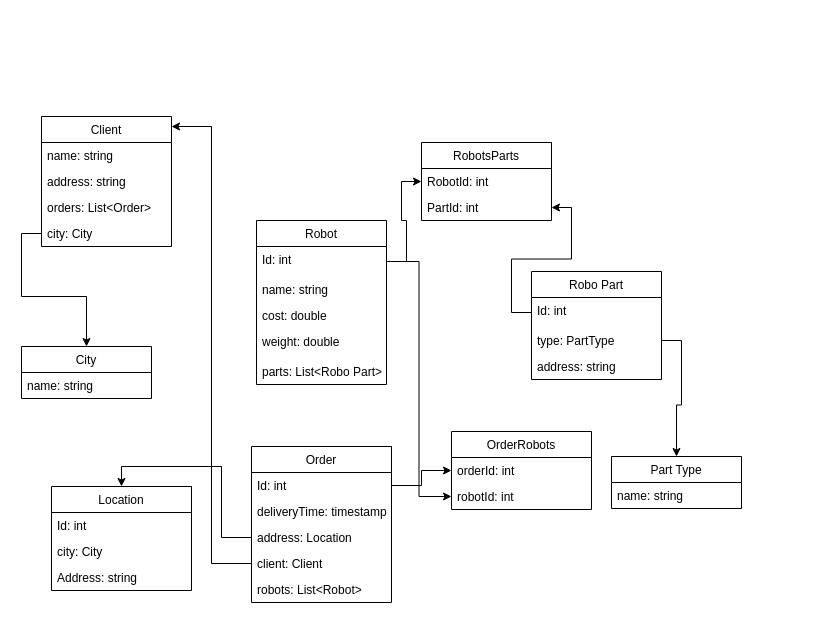
Bl4ck-C4t/Robot-factory keeps this draw.io diagram as Entity Diagram.drawio. Above is the earlier version. Source tidied: cells renumbered, new cells numbered last; positions are measured from the earlier drawing's top-left corner, leaving out a move shared by most shapes. Both pictures are drawn from the tidied source at 100%, with x=0, y=0 at pixel (21, 116).
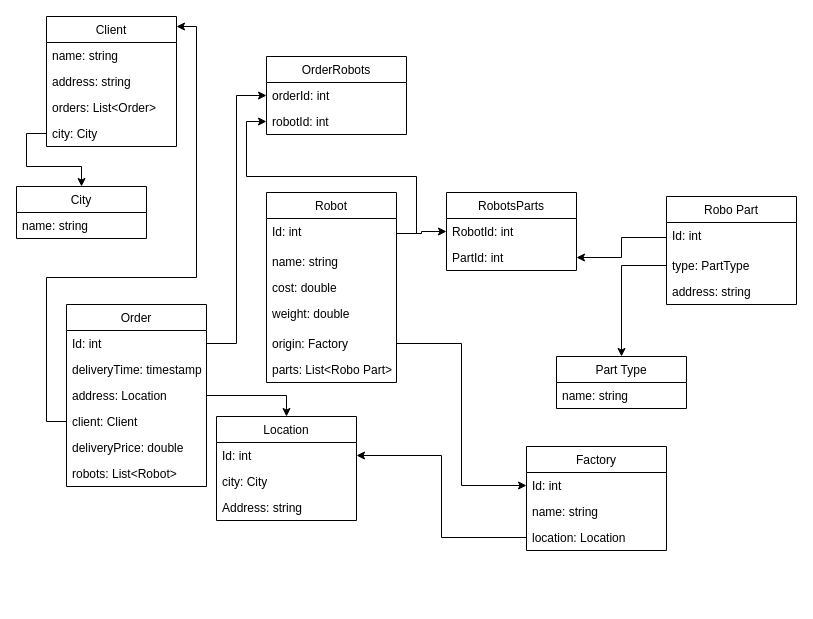
The same page after the edit.

Commit message:
Rearranged and added new elements to diagram

The change refers to these unchanged cells:
```xml
<mxCell id="28" value="Id: int" style="text;strokeColor=none;fillColor=none;align=left;verticalAlign=top;spacingLeft=4;spacingRight=4;overflow=hidden;points=[[0,0.5],[1,0.5]];portConstraint=eastwest;" parent="27" vertex="1">
  <mxGeometry y="26" width="140" height="26" as="geometry" />
</mxCell>
```

The edit, as a diff of the source:
```diff
@@
     <mxCell id="2" value="Robo Part" style="swimlane;fontStyle=0;horizontal=1;startSize=26;fillColor=none;" parent="1" vertex="1">
-      <mxGeometry x="510" y="155" width="130" height="108" as="geometry" />
+      <mxGeometry x="645" y="80" width="130" height="108" as="geometry" />
     </mxCell>
@@
     <mxCell id="6" value="Robot" style="swimlane;fontStyle=0;horizontal=1;startSize=26;fillColor=none;" parent="1" vertex="1">
-      <mxGeometry x="235" y="104" width="130" height="164" as="geometry" />
+      <mxGeometry x="245" y="76" width="130" height="190" as="geometry" />
     </mxCell>
@@
+    <mxCell id="45" value="origin: Factory" style="text;strokeColor=none;fillColor=none;align=left;verticalAlign=top;spacingLeft=4;spacingRight=4;overflow=hidden;points=[[0,0.5],[1,0.5]];portConstraint=eastwest;" parent="6" vertex="1">
+      <mxGeometry y="138" width="130" height="26" as="geometry" />
+    </mxCell>
     <mxCell id="11" value="parts: List&lt;Robo Part&gt;" style="text;strokeColor=none;fillColor=none;align=left;verticalAlign=top;spacingLeft=4;spacingRight=4;overflow=hidden;" parent="6" vertex="1">
-      <mxGeometry y="138" width="130" height="26" as="geometry" />
+      <mxGeometry y="164" width="130" height="26" as="geometry" />
     </mxCell>
     <mxCell id="12" value="Client" style="swimlane;fontStyle=0;horizontal=1;startSize=26;fillColor=none;" parent="1" vertex="1">
-      <mxGeometry x="20" width="130" height="130" as="geometry" />
+      <mxGeometry x="25" y="-100" width="130" height="130" as="geometry" />
     </mxCell>
@@
     <mxCell id="17" value="Part Type" style="swimlane;fontStyle=0;horizontal=1;startSize=26;fillColor=none;" parent="1" vertex="1">
-      <mxGeometry x="590" y="340" width="130" height="52" as="geometry" />
+      <mxGeometry x="535" y="240" width="130" height="52" as="geometry" />
     </mxCell>
@@
     <mxCell id="20" value="RobotsParts" style="swimlane;fontStyle=0;horizontal=1;startSize=26;fillColor=none;" parent="1" vertex="1">
-      <mxGeometry x="400" y="26" width="130" height="78" as="geometry" />
+      <mxGeometry x="425" y="76" width="130" height="78" as="geometry" />
     </mxCell>
@@
     <mxCell id="25" value="City" style="swimlane;fontStyle=0;horizontal=1;startSize=26;fillColor=none;" parent="1" vertex="1">
-      <mxGeometry y="230" width="130" height="52" as="geometry" />
+      <mxGeometry x="-5" y="70" width="130" height="52" as="geometry" />
     </mxCell>
@@
     <mxCell id="27" value="Location" style="swimlane;fontStyle=0;horizontal=1;startSize=26;fillColor=none;" parent="1" vertex="1">
-      <mxGeometry x="30" y="370" width="140" height="104" as="geometry" />
+      <mxGeometry x="195" y="300" width="140" height="104" as="geometry" />
     </mxCell>
@@
     <mxCell id="31" value="OrderRobots" style="swimlane;fontStyle=0;horizontal=1;startSize=26;fillColor=none;" parent="1" vertex="1">
-      <mxGeometry x="430" y="315" width="140" height="78" as="geometry" />
+      <mxGeometry x="245" y="-60" width="140" height="78" as="geometry" />
     </mxCell>
@@
     <mxCell id="34" value="Order" style="swimlane;fontStyle=0;horizontal=1;startSize=26;fillColor=none;" parent="1" vertex="1">
-      <mxGeometry x="230" y="330" width="140" height="156" as="geometry" />
+      <mxGeometry x="45" y="188" width="140" height="182" as="geometry" />
     </mxCell>
@@
+    <mxCell id="46" value="deliveryPrice: double" style="text;strokeColor=none;fillColor=none;align=left;verticalAlign=top;spacingLeft=4;spacingRight=4;overflow=hidden;" parent="34" vertex="1">
+      <mxGeometry y="130" width="140" height="26" as="geometry" />
+    </mxCell>
     <mxCell id="39" value="robots: List&lt;Robot&gt;" style="text;strokeColor=none;fillColor=none;align=left;verticalAlign=top;spacingLeft=4;spacingRight=4;overflow=hidden;" parent="34" vertex="1">
-      <mxGeometry y="130" width="140" height="26" as="geometry" />
+      <mxGeometry y="156" width="140" height="26" as="geometry" />
     </mxCell>
@@
+    <mxCell id="47" value="Factory" style="swimlane;fontStyle=0;horizontal=1;startSize=26;fillColor=none;" parent="1" vertex="1">
+      <mxGeometry x="505" y="330" width="140" height="104" as="geometry" />
+    </mxCell>
+    <mxCell id="48" value="Id: int" style="text;strokeColor=none;fillColor=none;align=left;verticalAlign=top;spacingLeft=4;spacingRight=4;overflow=hidden;points=[[0,0.5],[1,0.5]];portConstraint=eastwest;" parent="47" vertex="1">
+      <mxGeometry y="26" width="140" height="26" as="geometry" />
+    </mxCell>
+    <mxCell id="49" value="name: string" style="text;strokeColor=none;fillColor=none;align=left;verticalAlign=top;spacingLeft=4;spacingRight=4;overflow=hidden;" parent="47" vertex="1">
+      <mxGeometry y="52" width="140" height="26" as="geometry" />
+    </mxCell>
+    <mxCell id="50" value="location: Location" style="text;strokeColor=none;fillColor=none;align=left;verticalAlign=top;spacingLeft=4;spacingRight=4;overflow=hidden;points=[[0,0.5],[1,0.5]];portConstraint=eastwest;" parent="47" vertex="1">
+      <mxGeometry y="78" width="140" height="26" as="geometry" />
+    </mxCell>
+    <mxCell id="51" style="edgeStyle=orthogonalEdgeStyle;rounded=0;jettySize=auto;html=1;exitX=0;exitY=0.5;exitDx=0;exitDy=0;entryX=1;entryY=0.5;entryDx=0;entryDy=0;" parent="1" edge="1" source="50" target="28">
+      <mxGeometry relative="1" as="geometry" />
+    </mxCell>
+    <mxCell id="52" style="edgeStyle=orthogonalEdgeStyle;rounded=0;jettySize=auto;html=1;exitX=1;exitY=0.5;exitDx=0;exitDy=0;entryX=0;entryY=0.5;entryDx=0;entryDy=0;" parent="1" edge="1" source="45" target="48">
+      <mxGeometry relative="1" as="geometry" />
+    </mxCell>
```
